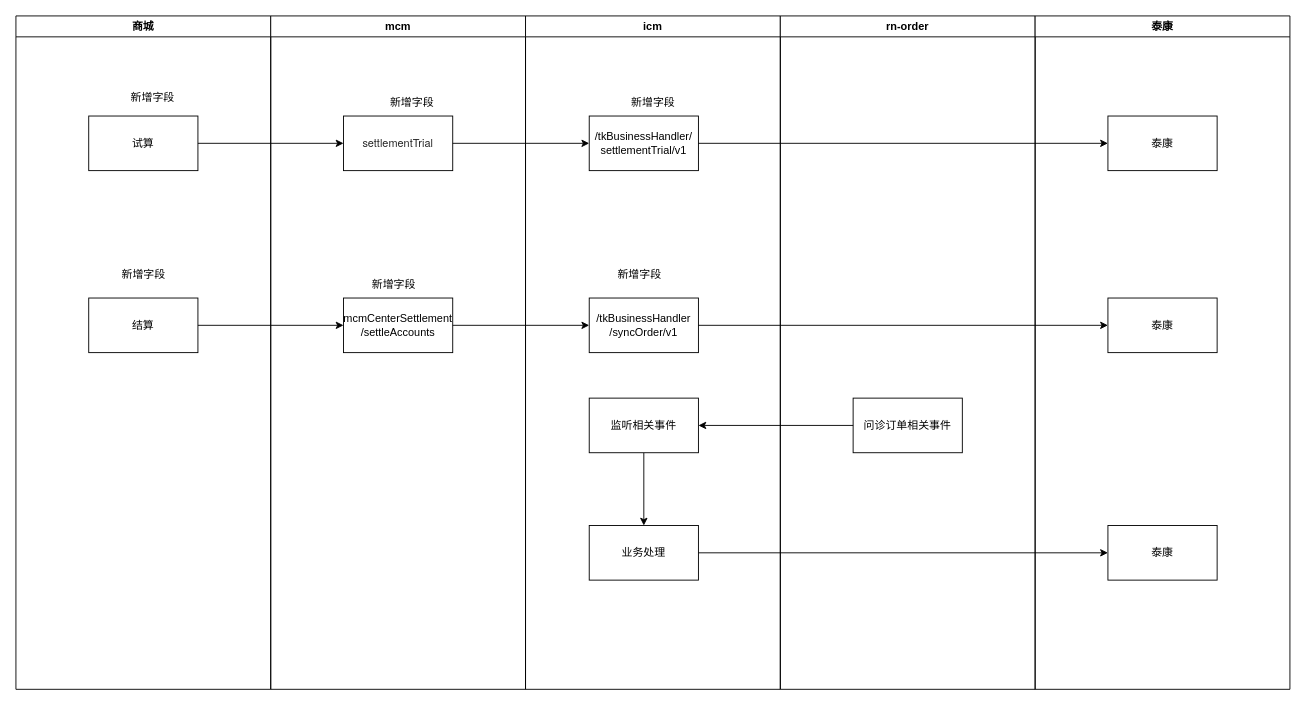
Before: 泰康项目试算、结算接口新增区分商城来源和问诊来源字段标识.drawio in xu-xiwei/drawio, a draw.io diagram. Source tidied: cells renumbered, new cells numbered last; positions are measured from the earlier drawing's top-left corner, leaving out a move shared by most shapes. Both pictures are drawn from the tidied source at 91%, with x=0, y=0 at pixel (15, 15).
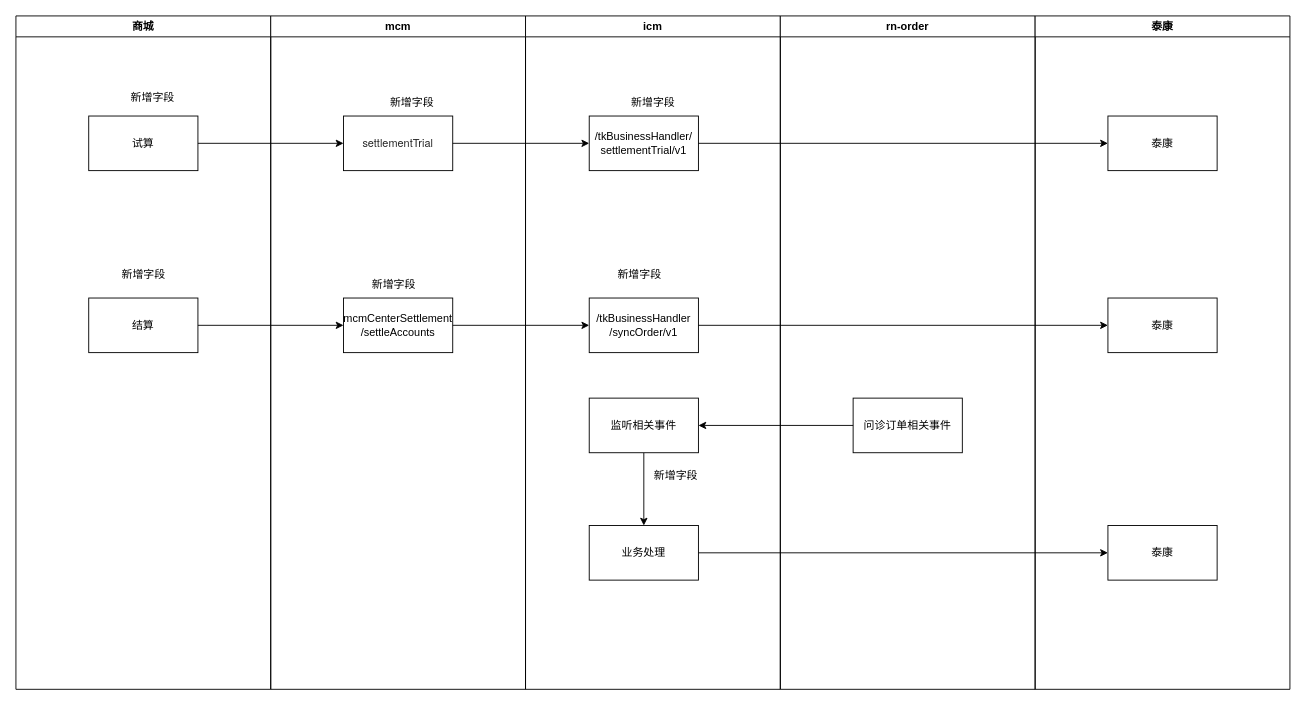
The same diagram, later.

Commit message (it also covers changes not shown here):
更新泰康项目试算、结算接口新增区分商城来源和问诊来源字段标识.drawio

The change refers to these unchanged cells:
```xml
<mxCell id="11" value="icm" style="swimlane;whiteSpace=wrap;" parent="1" vertex="1">
  <mxGeometry x="560" width="280" height="740" as="geometry" />
</mxCell>
```

Diff of the diagram source:
```diff
@@
+    <mxCell id="34" value="新增字段" style="text;html=1;align=center;verticalAlign=middle;strokeColor=none;fillColor=none;" parent="11" vertex="1">
+      <mxGeometry x="130" y="490" width="70" height="30" as="geometry" />
+    </mxCell>
```
